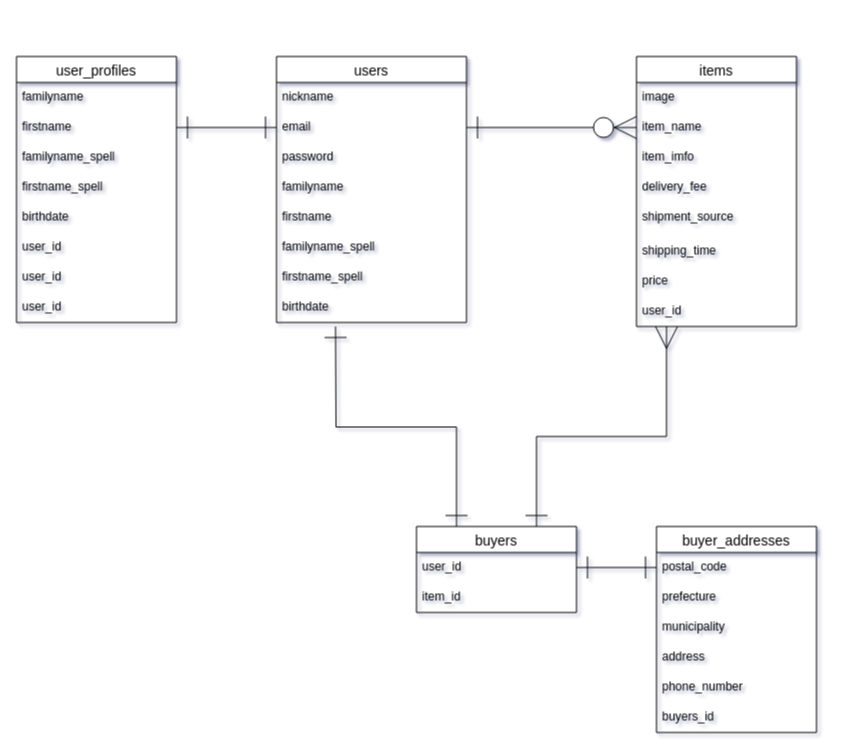
Earlier version of the draw.io diagram furima-33950.dio (tech-hack-rich/furima-33950). Source tidied: cells renumbered, new cells numbered last; positions are measured from the earlier drawing's top-left corner, leaving out a move shared by most shapes. Both pictures are drawn from the tidied source at 100%, with x=0, y=0 at pixel (16, 56).
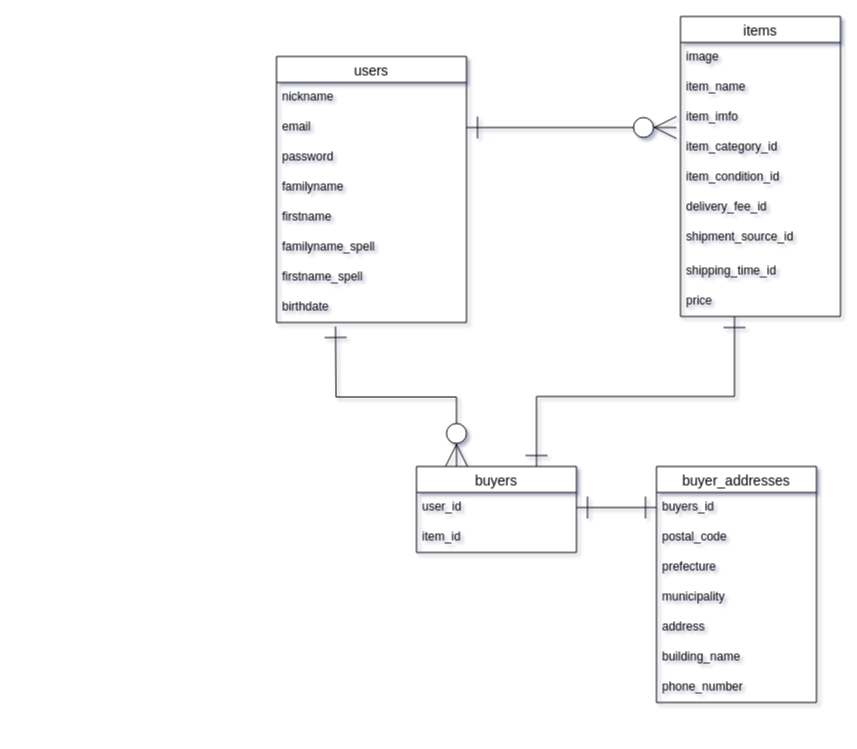
The same page after the edit.

Commit message (it also covers changes not shown here):
レビュー指摘点の修正

・userテーブルのアソシエーション修正
・buyer_addressesテーブルのカラム追加
・buyersテーブルのアソシエーション修正
・itemsテーブルのカラムの追加

The change refers to these unchanged cells:
```xml
<mxCell id="13" value="email" style="text;strokeColor=none;fillColor=none;spacingLeft=4;spacingRight=4;overflow=hidden;points=[[0,0.5],[1,0.5]];portConstraint=eastwest;fontSize=12;" parent="11" vertex="1">
  <mxGeometry y="56" width="190" height="30" as="geometry" />
</mxCell>
<mxCell id="22" value="item_name" style="text;strokeColor=none;fillColor=none;spacingLeft=4;spacingRight=4;overflow=hidden;points=[[0,0.5],[1,0.5]];portConstraint=eastwest;fontSize=12;" parent="20" vertex="1">
  <mxGeometry y="56" width="160" height="30" as="geometry" />
</mxCell>
<mxCell id="32" value="user_id" style="text;strokeColor=none;fillColor=none;spacingLeft=4;spacingRight=4;overflow=hidden;points=[[0,0.5],[1,0.5]];portConstraint=eastwest;fontSize=12;" parent="31" vertex="1">
  <mxGeometry y="26" width="160" height="30" as="geometry" />
</mxCell>
```

The edit, as a diff of the source:
```diff
@@
-    <mxCell id="2" value="user_profiles" style="swimlane;fontStyle=0;horizontal=1;startSize=26;align=center;fontSize=14;" parent="1" vertex="1">
-      <mxGeometry width="160" height="266" as="geometry" />
-    </mxCell>
-    <mxCell id="3" value="familyname" style="text;strokeColor=none;fillColor=none;spacingLeft=4;spacingRight=4;overflow=hidden;fontSize=12;" parent="2" vertex="1">
-      <mxGeometry y="26" width="160" height="30" as="geometry" />
-    </mxCell>
-    <mxCell id="4" value="firstname" style="text;strokeColor=none;fillColor=none;spacingLeft=4;spacingRight=4;overflow=hidden;points=[[0,0.5],[1,0.5]];portConstraint=eastwest;fontSize=12;" parent="2" vertex="1">
-      <mxGeometry y="56" width="160" height="30" as="geometry" />
-    </mxCell>
-    <mxCell id="5" value="familyname_spell" style="text;strokeColor=none;fillColor=none;spacingLeft=4;spacingRight=4;overflow=hidden;fontSize=12;" parent="2" vertex="1">
-      <mxGeometry y="86" width="160" height="30" as="geometry" />
-    </mxCell>
-    <mxCell id="6" value="firstname_spell" style="text;strokeColor=none;fillColor=none;spacingLeft=4;spacingRight=4;overflow=hidden;fontSize=12;" parent="2" vertex="1">
-      <mxGeometry y="116" width="160" height="30" as="geometry" />
-    </mxCell>
-    <mxCell id="7" value="birthdate" style="text;strokeColor=none;fillColor=none;spacingLeft=4;spacingRight=4;overflow=hidden;fontSize=12;" parent="2" vertex="1">
-      <mxGeometry y="146" width="160" height="30" as="geometry" />
-    </mxCell>
-    <mxCell id="8" value="user_id" style="text;strokeColor=none;fillColor=none;spacingLeft=4;spacingRight=4;overflow=hidden;fontSize=12;" parent="2" vertex="1">
-      <mxGeometry y="176" width="160" height="30" as="geometry" />
-    </mxCell>
-    <mxCell id="9" value="user_id" style="text;strokeColor=none;fillColor=none;spacingLeft=4;spacingRight=4;overflow=hidden;fontSize=12;" parent="2" vertex="1">
-      <mxGeometry y="206" width="160" height="30" as="geometry" />
-    </mxCell>
-    <mxCell id="10" value="user_id" style="text;strokeColor=none;fillColor=none;spacingLeft=4;spacingRight=4;overflow=hidden;fontSize=12;" parent="2" vertex="1">
-      <mxGeometry y="236" width="160" height="30" as="geometry" />
-    </mxCell>
@@
     <mxCell id="20" value="items" style="swimlane;fontStyle=0;horizontal=1;startSize=26;align=center;fontSize=14;" parent="1" vertex="1">
-      <mxGeometry x="620" width="160" height="270" as="geometry" />
+      <mxGeometry x="664" y="-40" width="160" height="300" as="geometry" />
     </mxCell>
@@
+    <mxCell id="44" value="item_category_id" style="text;strokeColor=none;fillColor=none;spacingLeft=4;spacingRight=4;overflow=hidden;fontSize=12;" parent="20" vertex="1">
+      <mxGeometry y="116" width="160" height="30" as="geometry" />
+    </mxCell>
+    <mxCell id="45" value="item_condition_id" style="text;strokeColor=none;fillColor=none;spacingLeft=4;spacingRight=4;overflow=hidden;fontSize=12;" parent="20" vertex="1">
+      <mxGeometry y="146" width="160" height="30" as="geometry" />
+    </mxCell>
-    <mxCell id="24" value="delivery_fee" style="text;strokeColor=none;fillColor=none;spacingLeft=4;spacingRight=4;overflow=hidden;fontSize=12;" parent="20" vertex="1">
-      <mxGeometry y="116" width="160" height="30" as="geometry" />
+    <mxCell id="24" value="delivery_fee_id" style="text;strokeColor=none;fillColor=none;spacingLeft=4;spacingRight=4;overflow=hidden;fontSize=12;" parent="20" vertex="1">
+      <mxGeometry y="176" width="160" height="30" as="geometry" />
     </mxCell>
-    <mxCell id="25" value="shipment_source" style="text;strokeColor=none;fillColor=none;spacingLeft=4;spacingRight=4;overflow=hidden;fontSize=12;" parent="20" vertex="1">
-      <mxGeometry y="146" width="160" height="34" as="geometry" />
+    <mxCell id="25" value="shipment_source_id" style="text;strokeColor=none;fillColor=none;spacingLeft=4;spacingRight=4;overflow=hidden;fontSize=12;" parent="20" vertex="1">
+      <mxGeometry y="206" width="160" height="34" as="geometry" />
     </mxCell>
-    <mxCell id="26" value="shipping_time" style="text;strokeColor=none;fillColor=none;spacingLeft=4;spacingRight=4;overflow=hidden;fontSize=12;" parent="20" vertex="1">
-      <mxGeometry y="180" width="160" height="30" as="geometry" />
+    <mxCell id="26" value="shipping_time_id" style="text;strokeColor=none;fillColor=none;spacingLeft=4;spacingRight=4;overflow=hidden;fontSize=12;" parent="20" vertex="1">
+      <mxGeometry y="240" width="160" height="30" as="geometry" />
     </mxCell>
     <mxCell id="27" value="price" style="text;strokeColor=none;fillColor=none;spacingLeft=4;spacingRight=4;overflow=hidden;fontSize=12;" parent="20" vertex="1">
-      <mxGeometry y="210" width="160" height="30" as="geometry" />
+      <mxGeometry y="270" width="160" height="30" as="geometry" />
     </mxCell>
-    <mxCell id="28" value="user_id" style="text;strokeColor=none;fillColor=none;spacingLeft=4;spacingRight=4;overflow=hidden;points=[[0,0.5],[1,0.5]];portConstraint=eastwest;fontSize=12;" parent="20" vertex="1">
-      <mxGeometry y="240" width="160" height="30" as="geometry" />
-    </mxCell>
-    <mxCell id="29" style="edgeStyle=orthogonalEdgeStyle;rounded=0;jumpSize=6;jettySize=auto;html=1;exitX=0.25;exitY=0;exitDx=0;exitDy=0;startArrow=ERone;startFill=0;startSize=20;endArrow=ERone;endFill=0;endSize=20;" parent="1" edge="1" source="31">
+    <mxCell id="29" style="edgeStyle=orthogonalEdgeStyle;rounded=0;jumpSize=6;jettySize=auto;html=1;exitX=0.25;exitY=0;exitDx=0;exitDy=0;startArrow=ERzeroToMany;startFill=1;startSize=20;endArrow=ERone;endFill=0;endSize=20;" parent="1" edge="1" source="31">
       <mxGeometry relative="1" as="geometry">
         <mxPoint x="319" y="270" as="targetPoint" />
       </mxGeometry>
     </mxCell>
-    <mxCell id="30" style="edgeStyle=orthogonalEdgeStyle;rounded=0;jumpSize=6;jettySize=auto;html=1;exitX=0.75;exitY=0;exitDx=0;exitDy=0;startArrow=ERone;startFill=0;startSize=20;endArrow=ERmany;endFill=0;endSize=20;" parent="1" edge="1" source="31" target="28">
+    <mxCell id="30" style="edgeStyle=orthogonalEdgeStyle;rounded=0;jumpSize=6;jettySize=auto;html=1;exitX=0.75;exitY=0;exitDx=0;exitDy=0;startArrow=ERone;startFill=0;startSize=20;endArrow=ERone;endFill=0;endSize=20;" parent="1" edge="1" source="31">
       <mxGeometry relative="1" as="geometry">
+        <mxPoint x="718" y="260" as="targetPoint" />
         <Array as="points">
-          <mxPoint x="520" y="380" />
-          <mxPoint x="650" y="380" />
+          <mxPoint x="520" y="340" />
+          <mxPoint x="718" y="340" />
         </Array>
       </mxGeometry>
     </mxCell>
     <mxCell id="31" value="buyers" style="swimlane;fontStyle=0;horizontal=1;startSize=26;align=center;fontSize=14;" parent="1" vertex="1">
-      <mxGeometry x="400" y="470" width="160" height="86" as="geometry" />
+      <mxGeometry x="400" y="410" width="160" height="86" as="geometry" />
     </mxCell>
@@
     <mxCell id="34" value="buyer_addresses" style="swimlane;fontStyle=0;horizontal=1;startSize=26;align=center;fontSize=14;" parent="1" vertex="1">
-      <mxGeometry x="640" y="470" width="160" height="206" as="geometry" />
+      <mxGeometry x="640" y="410" width="160" height="236" as="geometry" />
     </mxCell>
+    <mxCell id="40" value="buyers_id" style="text;strokeColor=none;fillColor=none;spacingLeft=4;spacingRight=4;overflow=hidden;points=[[0,0.5],[1,0.5]];portConstraint=eastwest;fontSize=12;" parent="34" vertex="1">
+      <mxGeometry y="26" width="160" height="30" as="geometry" />
+    </mxCell>
     <mxCell id="35" value="postal_code" style="text;strokeColor=none;fillColor=none;spacingLeft=4;spacingRight=4;overflow=hidden;points=[[0,0.5],[1,0.5]];portConstraint=eastwest;fontSize=12;" parent="34" vertex="1">
-      <mxGeometry y="26" width="160" height="30" as="geometry" />
+      <mxGeometry y="56" width="160" height="30" as="geometry" />
     </mxCell>
     <mxCell id="36" value="prefecture" style="text;strokeColor=none;fillColor=none;spacingLeft=4;spacingRight=4;overflow=hidden;fontSize=12;" parent="34" vertex="1">
-      <mxGeometry y="56" width="160" height="30" as="geometry" />
+      <mxGeometry y="86" width="160" height="30" as="geometry" />
     </mxCell>
     <mxCell id="37" value="municipality" style="text;strokeColor=none;fillColor=none;spacingLeft=4;spacingRight=4;overflow=hidden;fontSize=12;" parent="34" vertex="1">
-      <mxGeometry y="86" width="160" height="30" as="geometry" />
+      <mxGeometry y="116" width="160" height="30" as="geometry" />
     </mxCell>
     <mxCell id="38" value="address" style="text;strokeColor=none;fillColor=none;spacingLeft=4;spacingRight=4;overflow=hidden;fontSize=12;" parent="34" vertex="1">
-      <mxGeometry y="116" width="160" height="30" as="geometry" />
+      <mxGeometry y="146" width="160" height="30" as="geometry" />
     </mxCell>
+    <mxCell id="46" value="building_name" style="text;strokeColor=none;fillColor=none;spacingLeft=4;spacingRight=4;overflow=hidden;fontSize=12;" parent="34" vertex="1">
+      <mxGeometry y="176" width="160" height="30" as="geometry" />
+    </mxCell>
     <mxCell id="39" value="phone_number" style="text;strokeColor=none;fillColor=none;spacingLeft=4;spacingRight=4;overflow=hidden;fontSize=12;" parent="34" vertex="1">
-      <mxGeometry y="146" width="160" height="30" as="geometry" />
+      <mxGeometry y="206" width="160" height="30" as="geometry" />
     </mxCell>
-    <mxCell id="40" value="buyers_id" style="text;strokeColor=none;fillColor=none;spacingLeft=4;spacingRight=4;overflow=hidden;points=[[0,0.5],[1,0.5]];portConstraint=eastwest;fontSize=12;" parent="34" vertex="1">
-      <mxGeometry y="176" width="160" height="30" as="geometry" />
-    </mxCell>
-    <mxCell id="41" style="edgeStyle=orthogonalEdgeStyle;rounded=0;jumpSize=6;jettySize=auto;html=1;exitX=1;exitY=0.5;exitDx=0;exitDy=0;entryX=0;entryY=0.5;entryDx=0;entryDy=0;startArrow=ERone;startFill=0;startSize=20;endArrow=ERone;endFill=0;endSize=20;" parent="1" edge="1" source="4" target="13">
-      <mxGeometry relative="1" as="geometry" />
-    </mxCell>
-    <mxCell id="42" style="edgeStyle=orthogonalEdgeStyle;rounded=0;jumpSize=6;jettySize=auto;html=1;exitX=1;exitY=0.5;exitDx=0;exitDy=0;entryX=0;entryY=0.5;entryDx=0;entryDy=0;startArrow=ERone;startFill=0;startSize=20;endArrow=ERzeroToMany;endFill=1;endSize=20;" parent="1" edge="1" source="13" target="22">
-      <mxGeometry relative="1" as="geometry" />
+    <mxCell id="42" style="edgeStyle=orthogonalEdgeStyle;rounded=0;jumpSize=6;jettySize=auto;html=1;exitX=1;exitY=0.5;exitDx=0;exitDy=0;startArrow=ERone;startFill=0;startSize=20;endArrow=ERzeroToMany;endFill=1;endSize=20;" parent="1" edge="1" source="13">
+      <mxGeometry relative="1" as="geometry">
+        <mxPoint x="660" y="71" as="targetPoint" />
+      </mxGeometry>
     </mxCell>
-    <mxCell id="43" style="edgeStyle=orthogonalEdgeStyle;rounded=0;jumpSize=6;jettySize=auto;html=1;exitX=1;exitY=0.5;exitDx=0;exitDy=0;entryX=0;entryY=0.5;entryDx=0;entryDy=0;startArrow=ERone;startFill=0;startSize=20;endArrow=ERone;endFill=0;endSize=20;" parent="1" edge="1" source="32" target="35">
+    <mxCell id="43" style="edgeStyle=orthogonalEdgeStyle;rounded=0;jumpSize=6;jettySize=auto;html=1;exitX=1;exitY=0.5;exitDx=0;exitDy=0;entryX=0;entryY=0.5;entryDx=0;entryDy=0;startArrow=ERone;startFill=0;startSize=20;endArrow=ERone;endFill=0;endSize=20;" parent="1" edge="1" source="32" target="40">
       <mxGeometry relative="1" as="geometry" />
     </mxCell>
```
